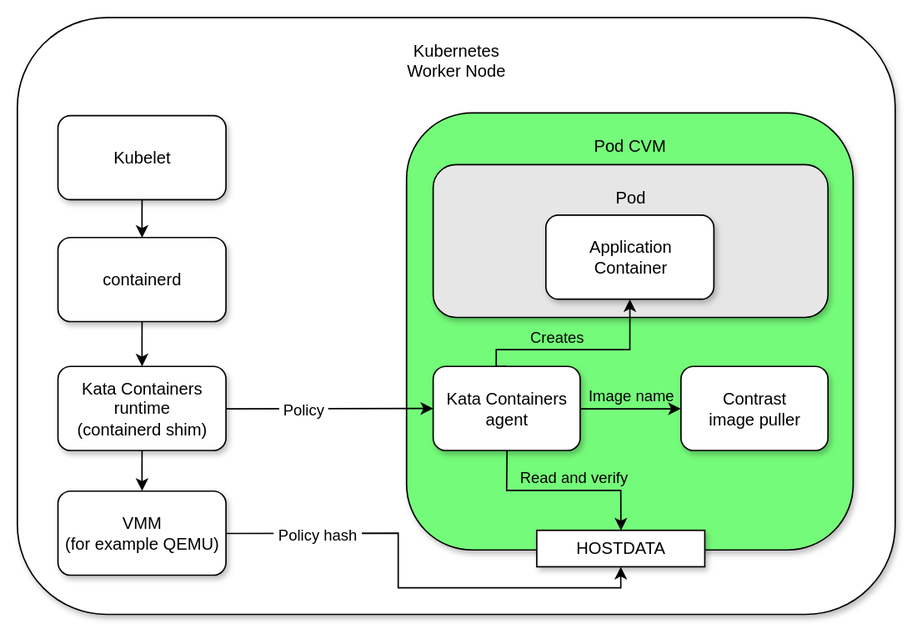
The draw.io diagram docs/docs/_media/runtime.drawio.svg in edgelesssys/contrast, before a commit. Source tidied: cells renumbered, new cells last; positions are measured from the earlier drawing's top-left corner, leaving out a move shared by most shapes.
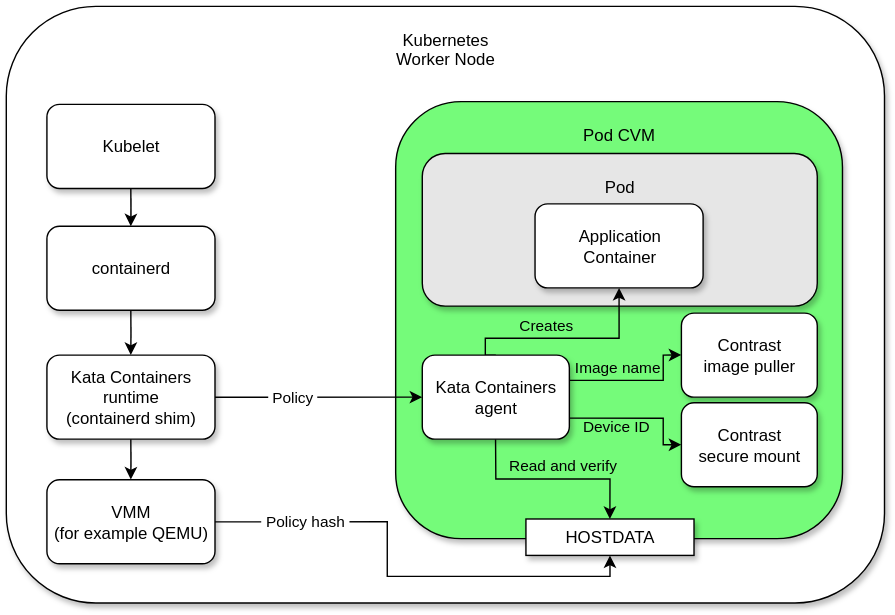
After the change.

Commit message:
docs: document secure image store feature

Diff of the diagram source:
```diff
@@ -57,12 +57,18 @@
     <mxCell id="16" value="Application&lt;br&gt;Container" style="rounded=1;whiteSpace=wrap;html=1;snapToPoint=1;fixDash=0;shadow=1;fontSize=12;" parent="1" vertex="1">
       <mxGeometry x="377.5" y="141" width="120" height="60" as="geometry" />
     </mxCell>
-    <mxCell id="17" style="edgeStyle=orthogonalEdgeStyle;rounded=0;jettySize=auto;html=1;snapToPoint=1;fixDash=0;" parent="1" edge="1" source="23" target="24">
-      <mxGeometry relative="1" as="geometry" />
+    <mxCell id="17" style="edgeStyle=orthogonalEdgeStyle;rounded=0;jettySize=auto;html=1;snapToPoint=1;fixDash=0;exitX=1;exitY=0.25;exitDx=0;exitDy=0;" parent="1" edge="1" source="23" target="24">
+      <mxGeometry relative="1" as="geometry">
+        <Array as="points">
+          <mxPoint x="402" y="267" />
+          <mxPoint x="469" y="267" />
+          <mxPoint x="469" y="249" />
+        </Array>
+      </mxGeometry>
     </mxCell>
     <mxCell id="18" value="Image name" style="edgeLabel;html=1;align=center;verticalAlign=middle;fixDash=0;labelBackgroundColor=none;labelBorderColor=none;convertToSvg=0;spacingTop=0;" parent="17" vertex="1">
       <mxGeometry x="0.06" y="-2" relative="1" as="geometry">
-        <mxPoint x="-2" y="-12" as="offset" />
+        <mxPoint x="-17" y="-11" as="offset" />
       </mxGeometry>
     </mxCell>
     <mxCell id="19" style="edgeStyle=orthogonalEdgeStyle;rounded=0;jettySize=auto;html=1;snapToPoint=1;fixDash=0;" parent="1" edge="1" source="23" target="25">
@@ -86,14 +92,28 @@
         <mxPoint x="8" y="-12" as="offset" />
       </mxGeometry>
     </mxCell>
+    <mxCell id="26" style="edgeStyle=orthogonalEdgeStyle;rounded=0;jettySize=auto;html=1;exitX=1;exitY=0.75;exitDx=0;exitDy=0;" parent="1" edge="1" source="23" target="27">
+      <mxGeometry relative="1" as="geometry">
+        <Array as="points">
+          <mxPoint x="469" y="294" />
+          <mxPoint x="469" y="313" />
+        </Array>
+      </mxGeometry>
+    </mxCell>
     <mxCell id="23" value="Kata Containers&lt;br&gt;agent" style="rounded=1;whiteSpace=wrap;html=1;snapToPoint=1;fixDash=0;shadow=1;fontSize=12;" parent="1" vertex="1">
       <mxGeometry x="297" y="249" width="105" height="60" as="geometry" />
     </mxCell>
     <mxCell id="24" value="Contrast&lt;br&gt;image puller" style="rounded=1;whiteSpace=wrap;html=1;snapToPoint=1;fixDash=0;shadow=1;fontSize=12;" parent="1" vertex="1">
-      <mxGeometry x="474" y="249" width="105" height="60" as="geometry" />
+      <mxGeometry x="482" y="219" width="97" height="60" as="geometry" />
     </mxCell>
     <mxCell id="25" value="HOSTDATA" style="rounded=0;whiteSpace=wrap;html=1;snapToPoint=1;fixDash=0;shadow=1;fontSize=12;" parent="1" vertex="1">
       <mxGeometry x="371" y="366" width="120" height="26" as="geometry" />
     </mxCell>
+    <mxCell id="27" value="Contrast&lt;br&gt;secure mount" style="rounded=1;whiteSpace=wrap;html=1;snapToPoint=1;fixDash=0;shadow=1;fontSize=12;" parent="1" vertex="1">
+      <mxGeometry x="482" y="283" width="97" height="60" as="geometry" />
+    </mxCell>
+    <mxCell id="28" value="Device ID" style="edgeLabel;html=1;align=center;verticalAlign=middle;fixDash=0;labelBackgroundColor=none;labelBorderColor=none;convertToSvg=0;spacingTop=0;" parent="1" vertex="1">
+      <mxGeometry x="435" y="300" as="geometry" />
+    </mxCell>
   </root>
 </mxGraphModel>
```
